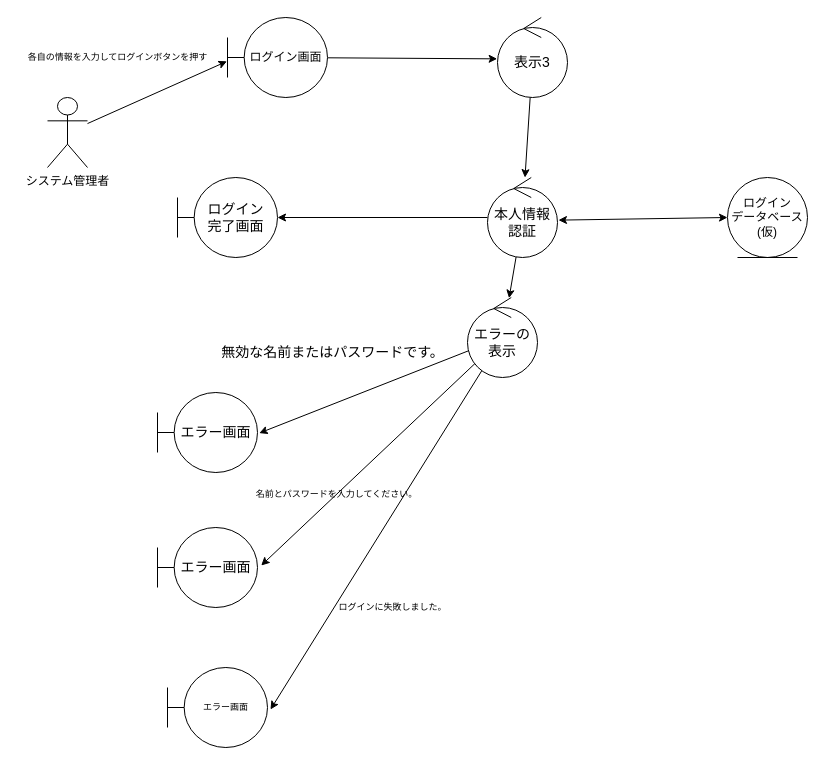
ksw2270227/GroupF keeps this draw.io diagram as page "ログイン" (1 of 8) of out/ロバストネス図/システム管理者-ロバストネス図.drawio. Above is the earlier version. Source tidied: cells renumbered, new cells numbered last; positions are measured from the earlier drawing's top-left corner, leaving out a move shared by most shapes. Both pictures are drawn from the tidied source at 100%, with x=0, y=0 at pixel (17, 17).
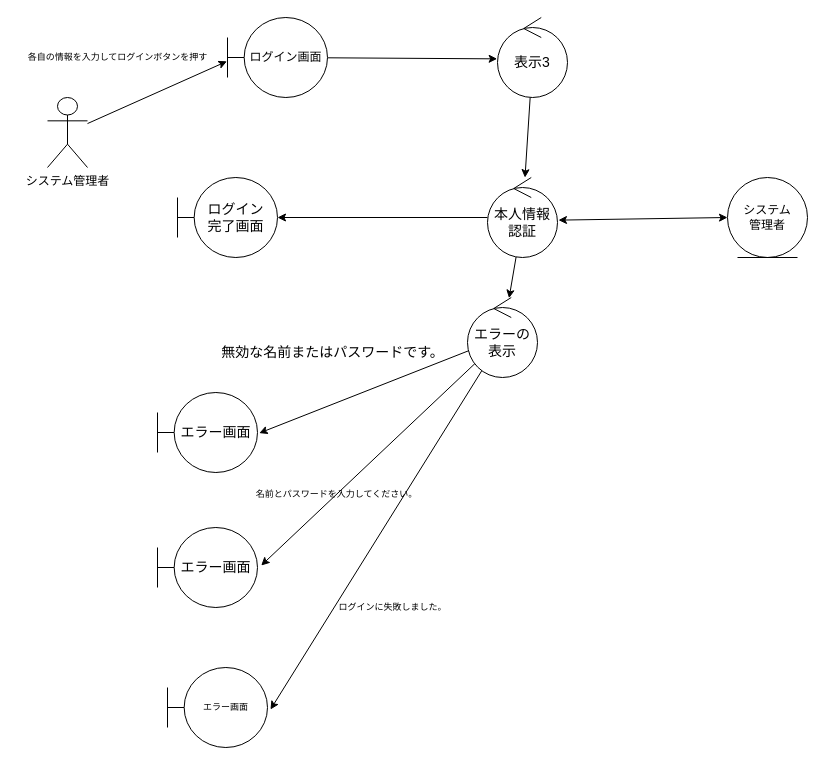
After the change.

What changed in the source:
```diff
@@
-    <mxCell id="4" value="ログイン&lt;br&gt;データベース&lt;br&gt;(仮)" style="ellipse;shape=umlEntity;whiteSpace=wrap;html=1;" parent="1" vertex="1">
+    <mxCell id="4" value="システム&lt;br&gt;管理者" style="ellipse;shape=umlEntity;whiteSpace=wrap;html=1;" parent="1" vertex="1">
       <mxGeometry x="710" y="160" width="80" height="80" as="geometry" />
     </mxCell>
```
